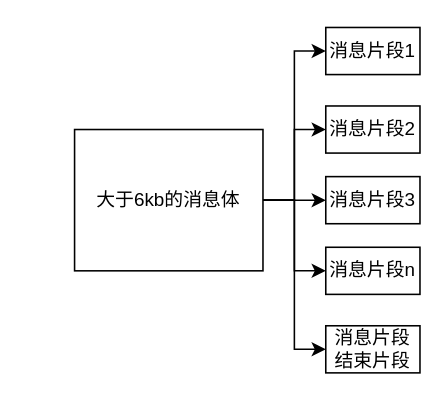
Before: Untitled Diagram.drawio in kkgg123/ROOT, a draw.io diagram. Source tidied: cells renumbered, new cells numbered last; positions are measured from the earlier drawing's top-left corner, leaving out a move shared by most shapes. Both pictures are drawn from the tidied source at 157%, with x=0, y=0 at pixel (74, 27).
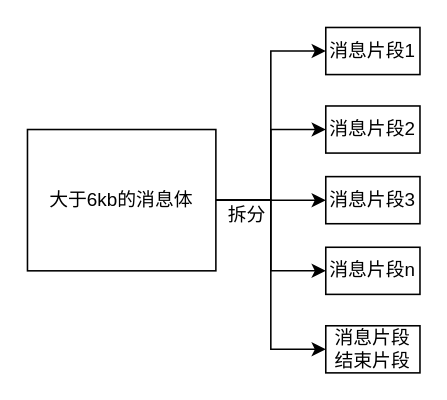
Above is the later version.

Change to the diagram source:
```diff
@@
 <mxGraphModel>
   <root>
     <mxCell id="0" />
     <mxCell id="1" parent="0" />
     <mxCell id="2" style="edgeStyle=orthogonalEdgeStyle;rounded=0;jettySize=auto;html=1;entryX=0;entryY=0.5;entryDx=0;entryDy=0;" parent="1" edge="1" source="7" target="8">
       <mxGeometry relative="1" as="geometry" />
     </mxCell>
     <mxCell id="3" style="edgeStyle=orthogonalEdgeStyle;rounded=0;jettySize=auto;html=1;entryX=0;entryY=0.5;entryDx=0;entryDy=0;" parent="1" edge="1" source="7" target="9">
       <mxGeometry relative="1" as="geometry" />
     </mxCell>
     <mxCell id="4" style="edgeStyle=orthogonalEdgeStyle;rounded=0;jettySize=auto;html=1;entryX=0;entryY=0.5;entryDx=0;entryDy=0;" parent="1" edge="1" source="7" target="10">
       <mxGeometry relative="1" as="geometry" />
     </mxCell>
     <mxCell id="5" style="edgeStyle=orthogonalEdgeStyle;rounded=0;jettySize=auto;html=1;entryX=0;entryY=0.5;entryDx=0;entryDy=0;" parent="1" edge="1" source="7" target="11">
       <mxGeometry relative="1" as="geometry" />
     </mxCell>
     <mxCell id="6" style="edgeStyle=orthogonalEdgeStyle;rounded=0;jettySize=auto;html=1;entryX=0;entryY=0.5;entryDx=0;entryDy=0;" parent="1" edge="1" source="7" target="12">
       <mxGeometry relative="1" as="geometry" />
     </mxCell>
     <mxCell id="7" value="大于6kb的消息体" style="rounded=0;whiteSpace=wrap;html=1;" parent="1" vertex="1">
-      <mxGeometry y="65" width="120" height="90" as="geometry" />
+      <mxGeometry x="-30" y="65" width="120" height="90" as="geometry" />
     </mxCell>
     <mxCell id="8" value="消息片段1" style="rounded=0;whiteSpace=wrap;html=1;" parent="1" vertex="1">
       <mxGeometry x="160" width="60" height="30" as="geometry" />
     </mxCell>
     <mxCell id="9" value="消息片段2" style="rounded=0;whiteSpace=wrap;html=1;" parent="1" vertex="1">
       <mxGeometry x="160" y="50" width="60" height="30" as="geometry" />
     </mxCell>
     <mxCell id="10" value="消息片段3" style="rounded=0;whiteSpace=wrap;html=1;" parent="1" vertex="1">
       <mxGeometry x="160" y="95" width="60" height="30" as="geometry" />
     </mxCell>
     <mxCell id="11" value="消息片段n" style="rounded=0;whiteSpace=wrap;html=1;" parent="1" vertex="1">
       <mxGeometry x="160" y="140" width="60" height="30" as="geometry" />
     </mxCell>
     <mxCell id="12" value="消息片段&lt;br&gt;结束片段" style="rounded=0;whiteSpace=wrap;html=1;" parent="1" vertex="1">
       <mxGeometry x="160" y="190" width="60" height="30" as="geometry" />
     </mxCell>
+    <mxCell id="13" value="拆分" style="text;html=1;strokeColor=none;fillColor=none;align=center;verticalAlign=middle;whiteSpace=wrap;rounded=0;" parent="1" vertex="1">
+      <mxGeometry x="90" y="110" width="40" height="20" as="geometry" />
+    </mxCell>
   </root>
 </mxGraphModel>
```
